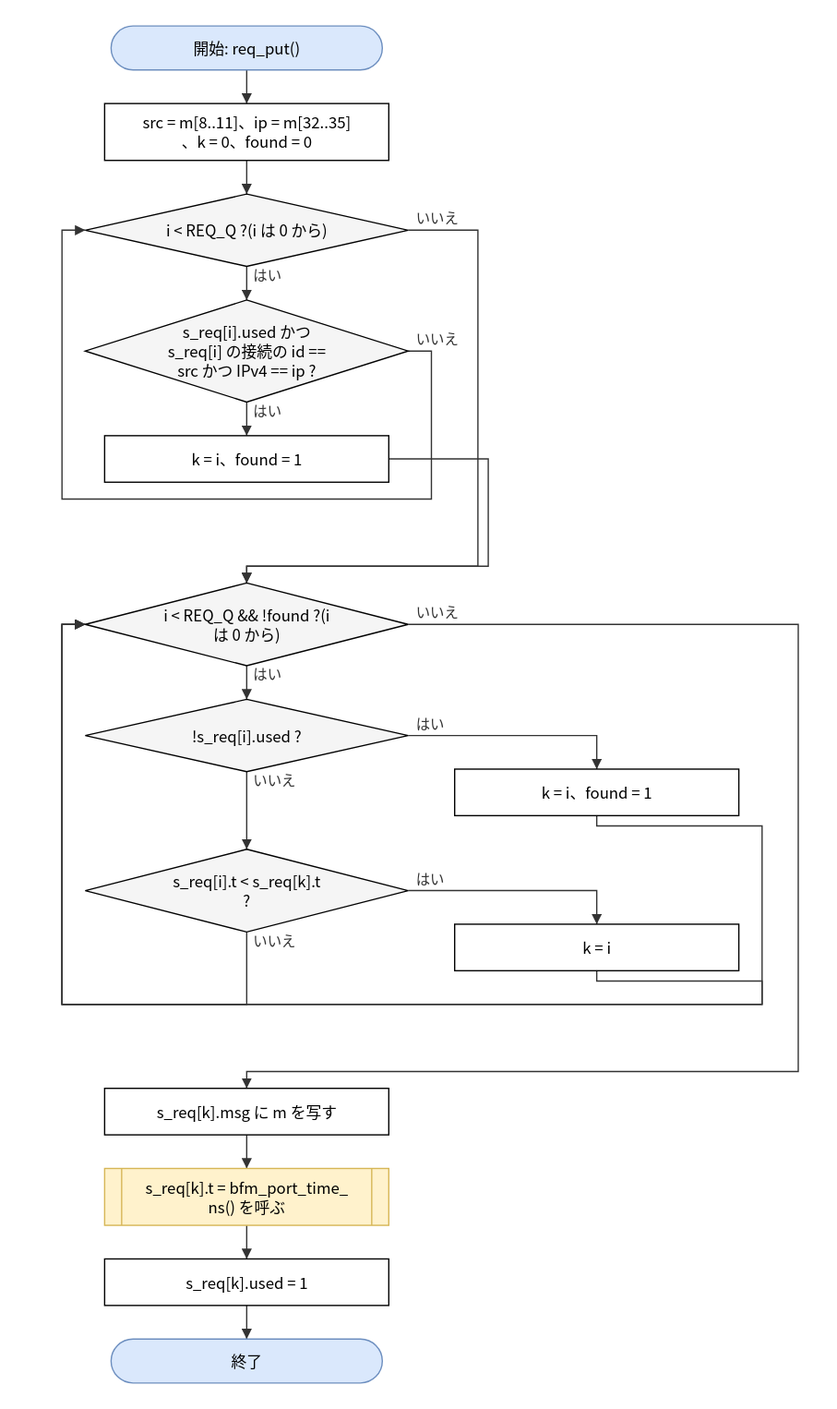
Earlier version of the draw.io export doc/spec/images/flow_src_bfm_cm-req_put.drawio.svg (hf355051012-ai/bfmem). Source tidied: cells renumbered, new cells last; positions are measured from the earlier drawing's top-left corner, leaving out a move shared by most shapes.
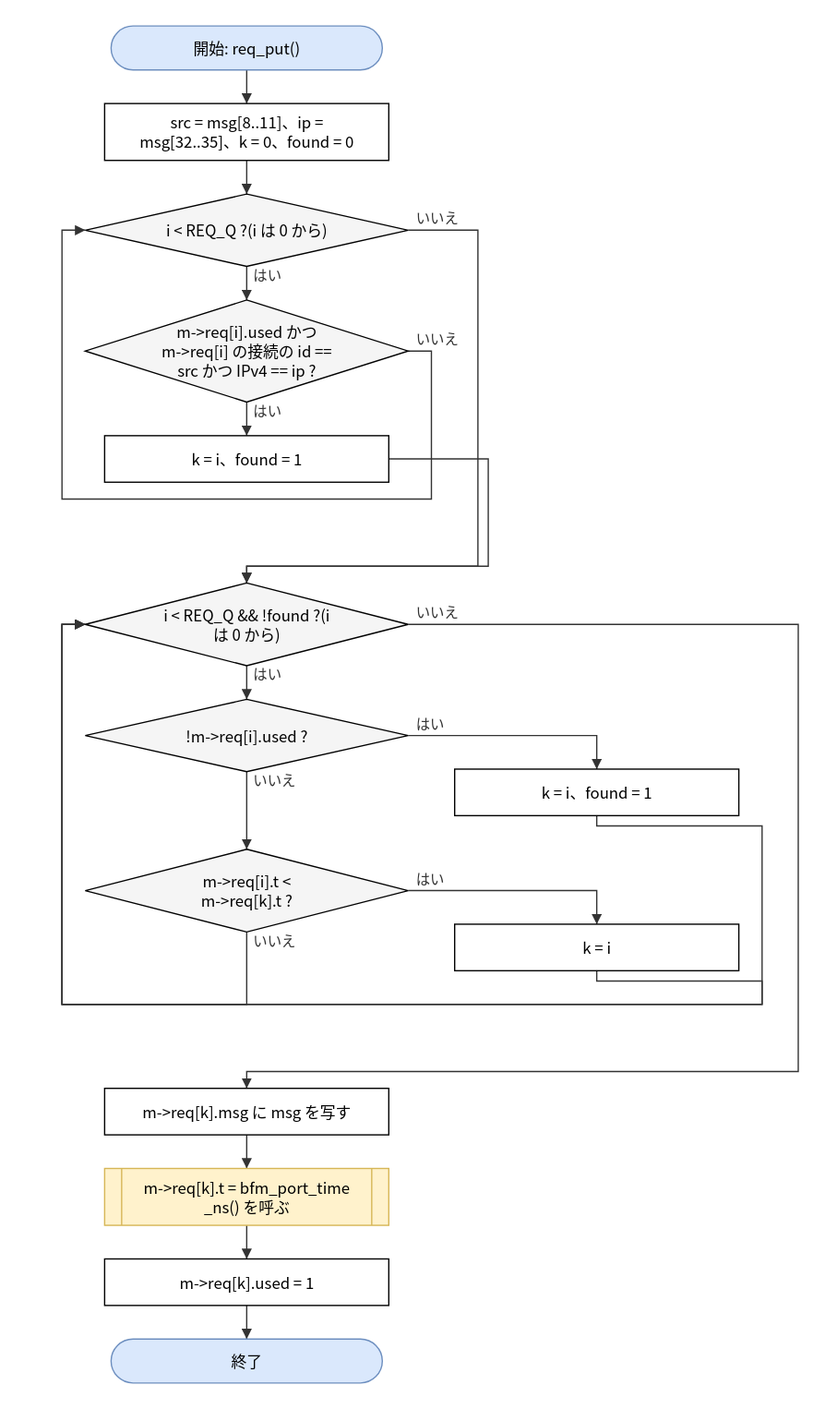
After the commit.

Change to the diagram source:
```diff
@@ -5,13 +5,13 @@
     <mxCell id="2" value="開始: req_put()" style="rounded=1;arcSize=50;whiteSpace=wrap;html=1;fillColor=#dae8fc;strokeColor=#6c8ebf;" parent="1" vertex="1">
       <mxGeometry x="38" width="210" height="34" as="geometry" />
     </mxCell>
-    <mxCell id="3" value="src = m[8..11]、ip = m[32..35]&lt;br&gt;、k = 0、found = 0" style="rounded=0;whiteSpace=wrap;html=1;" parent="1" vertex="1">
+    <mxCell id="3" value="src = msg[8..11]、ip =&lt;br&gt;msg[32..35]、k = 0、found = 0" style="rounded=0;whiteSpace=wrap;html=1;" parent="1" vertex="1">
       <mxGeometry x="33" y="60" width="220" height="44" as="geometry" />
     </mxCell>
     <mxCell id="4" value="i &amp;lt; REQ_Q ?(i は 0 から)" style="rhombus;whiteSpace=wrap;html=1;fillColor=#f5f5f5;" parent="1" vertex="1">
       <mxGeometry x="18" y="130" width="250" height="56" as="geometry" />
     </mxCell>
-    <mxCell id="5" value="s_req[i].used かつ&lt;br&gt;s_req[i] の接続の id ==&lt;br&gt;src かつ IPv4 == ip ?" style="rhombus;whiteSpace=wrap;html=1;fillColor=#f5f5f5;" parent="1" vertex="1">
+    <mxCell id="5" value="m-&amp;gt;req[i].used かつ&lt;br&gt;m-&amp;gt;req[i] の接続の id ==&lt;br&gt;src かつ IPv4 == ip ?" style="rhombus;whiteSpace=wrap;html=1;fillColor=#f5f5f5;" parent="1" vertex="1">
       <mxGeometry x="18" y="212" width="250" height="79" as="geometry" />
     </mxCell>
     <mxCell id="6" value="k = i、found = 1" style="rounded=0;whiteSpace=wrap;html=1;" parent="1" vertex="1">
@@ -20,25 +20,25 @@
     <mxCell id="7" value="i &amp;lt; REQ_Q &amp;amp;&amp;amp; !found ?(i&lt;br&gt;は 0 から)" style="rhombus;whiteSpace=wrap;html=1;fillColor=#f5f5f5;" parent="1" vertex="1">
       <mxGeometry x="18" y="431" width="250" height="64" as="geometry" />
     </mxCell>
-    <mxCell id="8" value="!s_req[i].used ?" style="rhombus;whiteSpace=wrap;html=1;fillColor=#f5f5f5;" parent="1" vertex="1">
+    <mxCell id="8" value="!m-&amp;gt;req[i].used ?" style="rhombus;whiteSpace=wrap;html=1;fillColor=#f5f5f5;" parent="1" vertex="1">
       <mxGeometry x="18" y="521" width="250" height="56" as="geometry" />
     </mxCell>
     <mxCell id="9" value="k = i、found = 1" style="rounded=0;whiteSpace=wrap;html=1;" parent="1" vertex="1">
       <mxGeometry x="304" y="575" width="220" height="36" as="geometry" />
     </mxCell>
-    <mxCell id="10" value="s_req[i].t &amp;lt; s_req[k].t&lt;br&gt;?" style="rhombus;whiteSpace=wrap;html=1;fillColor=#f5f5f5;" parent="1" vertex="1">
+    <mxCell id="10" value="m-&amp;gt;req[i].t &amp;lt;&lt;br&gt;m-&amp;gt;req[k].t ?" style="rhombus;whiteSpace=wrap;html=1;fillColor=#f5f5f5;" parent="1" vertex="1">
       <mxGeometry x="18" y="637" width="250" height="64" as="geometry" />
     </mxCell>
     <mxCell id="11" value="k = i" style="rounded=0;whiteSpace=wrap;html=1;" parent="1" vertex="1">
       <mxGeometry x="304" y="695" width="220" height="36" as="geometry" />
     </mxCell>
-    <mxCell id="12" value="s_req[k].msg に m を写す" style="rounded=0;whiteSpace=wrap;html=1;" parent="1" vertex="1">
+    <mxCell id="12" value="m-&amp;gt;req[k].msg に msg を写す" style="rounded=0;whiteSpace=wrap;html=1;" parent="1" vertex="1">
       <mxGeometry x="33" y="822" width="220" height="36" as="geometry" />
     </mxCell>
-    <mxCell id="13" value="s_req[k].t = bfm_port_time_&lt;br&gt;ns() を呼ぶ" style="shape=process;whiteSpace=wrap;html=1;backgroundOutline=1;size=0.06;fillColor=#fff2cc;strokeColor=#d6b656;" parent="1" vertex="1">
+    <mxCell id="13" value="m-&amp;gt;req[k].t = bfm_port_time&lt;br&gt;_ns() を呼ぶ" style="shape=process;whiteSpace=wrap;html=1;backgroundOutline=1;size=0.06;fillColor=#fff2cc;strokeColor=#d6b656;" parent="1" vertex="1">
       <mxGeometry x="33" y="884" width="220" height="44" as="geometry" />
     </mxCell>
-    <mxCell id="14" value="s_req[k].used = 1" style="rounded=0;whiteSpace=wrap;html=1;" parent="1" vertex="1">
+    <mxCell id="14" value="m-&amp;gt;req[k].used = 1" style="rounded=0;whiteSpace=wrap;html=1;" parent="1" vertex="1">
       <mxGeometry x="33" y="954" width="220" height="36" as="geometry" />
     </mxCell>
     <mxCell id="15" value="終了" style="rounded=1;arcSize=50;whiteSpace=wrap;html=1;fillColor=#dae8fc;strokeColor=#6c8ebf;" parent="1" vertex="1">
```
